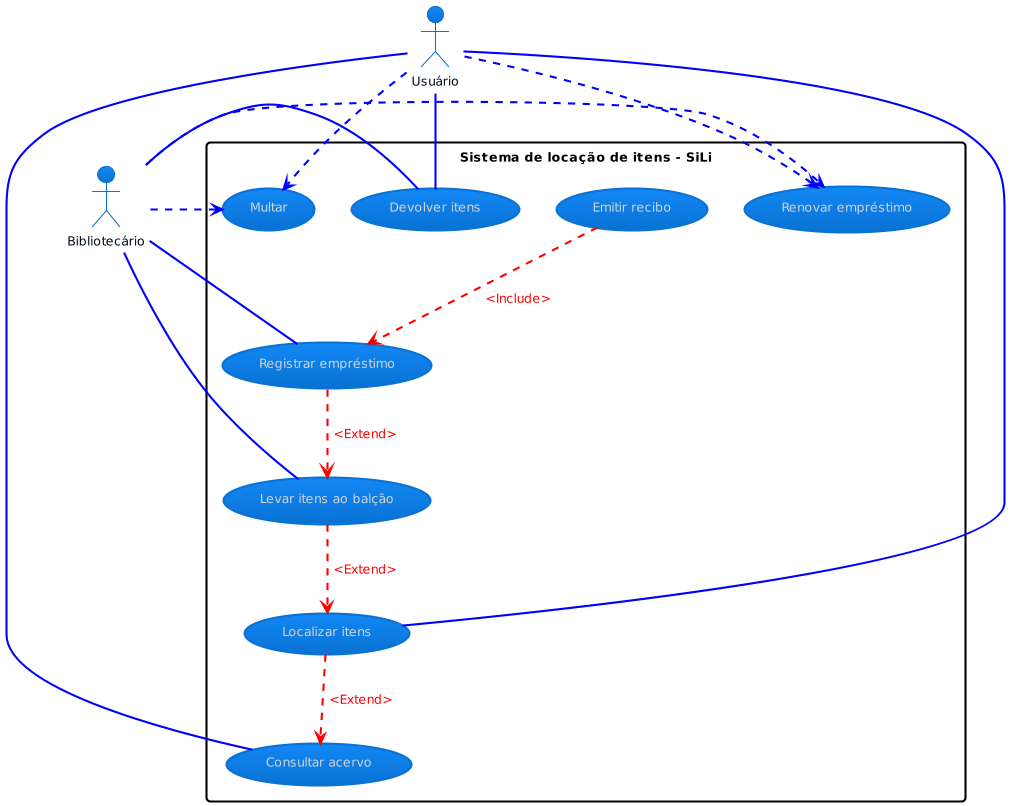
The PlantUML diagram uml.png in Pedrogmschabarum/EngSoftI, before a commit.
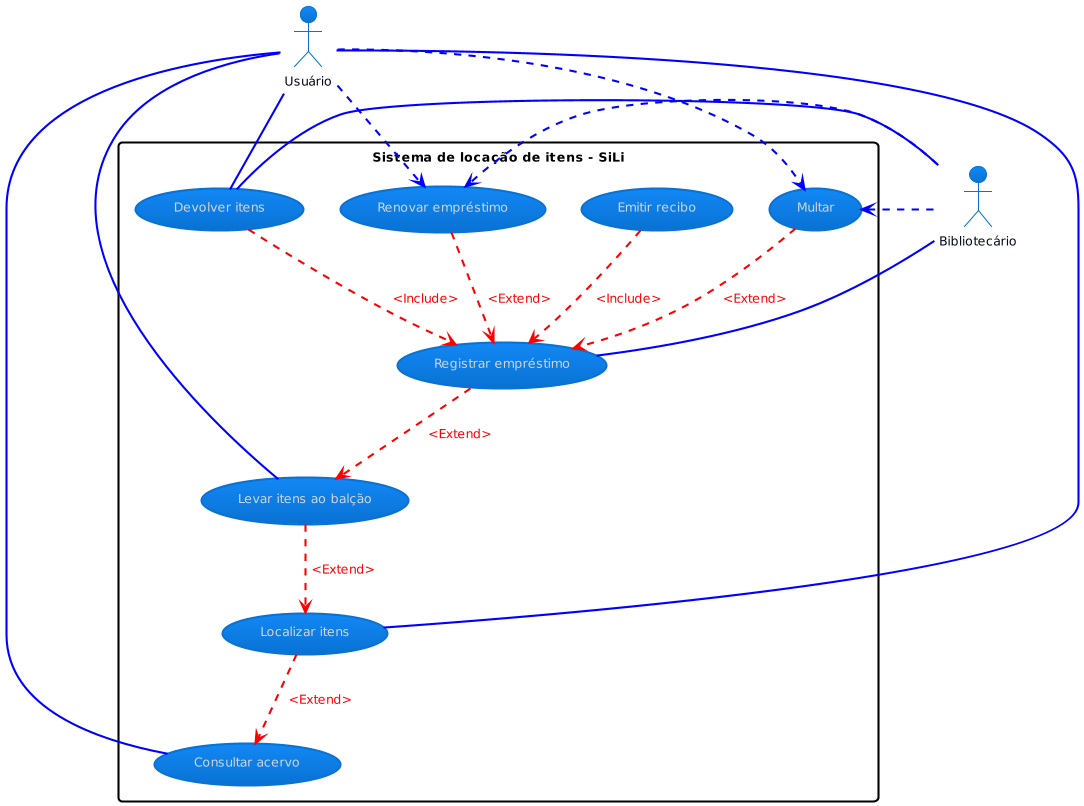
The same diagram one commit later.

Change to the diagram source:
```diff
@@ -19,13 +19,16 @@
 user -right-- cs #blue;line:blue;line.bold;text:blue
 user -right- loc #blue;line:blue;line.bold;text:blue
 user -right- dev #blue;line:blue;line.bold;text:blue
-Bibl -left- lev #blue;line:blue;line.bold;text:blue
+user -right- lev #blue;line:blue;line.bold;text:blue
 Bibl -left- reg  #blue;line:blue;line.bold;text:blue
 Bibl -left- dev  #blue;line:blue;line.bold;text:blue
 loc ..> cs #red;line:red;text:red : <Extend>
 lev ..> loc  #red;line:red;text:red : <Extend>
 reg ..> lev  #red;line:red;text:red : <Extend>
+dev ..> reg  #red;line:red;text:red : <Include>
 em ..> reg  #red;line:red;text:red : <Include>
+mult ..> reg  #red;line:red;text:red : <Extend>
+rev ..> reg  #red;line:red;text:red : <Extend>
 user ..> rev #blue;line:blue;text:blue
 user ..> mult #blue;line:blue;text:blue
 Bibl ..> rev #blue;line:blue;text:blue
```
